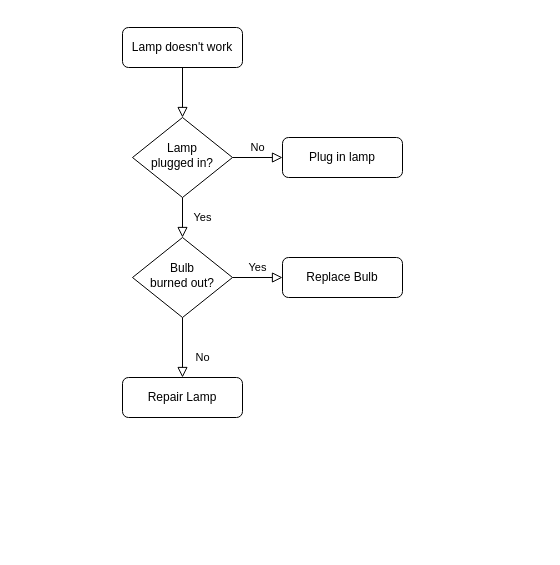
Earlier version of the draw.io diagram Untitled Diagram.drawio (philinyouin/philinyouin). Source tidied: cells renumbered, new cells numbered last; positions are measured from the earlier drawing's top-left corner, leaving out a move shared by most shapes. Both pictures are drawn from the tidied source at 100%, with x=0, y=0 at pixel (122, 27).
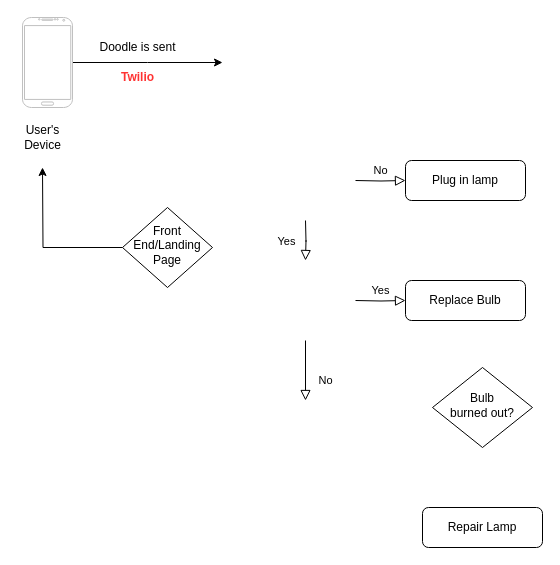
The same page after the edit.

Commit message:
Rescue Doodles Arch.drawio

What changed in the source:
```diff
@@
-    <mxCell id="2" style="rounded=0;html=1;jettySize=auto;fontSize=11;endArrow=block;endFill=0;endSize=8;strokeWidth=1;shadow=0;labelBackgroundColor=none;edgeStyle=orthogonalEdgeStyle;" parent="1" edge="1" source="3" target="6">
-      <mxGeometry relative="1" as="geometry" />
-    </mxCell>
-    <mxCell id="3" value="Lamp doesn't work" style="rounded=1;whiteSpace=wrap;html=1;fontSize=12;glass=0;strokeWidth=1;shadow=0;" parent="1" vertex="1">
-      <mxGeometry width="120" height="40" as="geometry" />
-    </mxCell>
-    <mxCell id="4" value="Yes" style="rounded=0;html=1;jettySize=auto;fontSize=11;endArrow=block;endFill=0;endSize=8;strokeWidth=1;shadow=0;labelBackgroundColor=none;edgeStyle=orthogonalEdgeStyle;" parent="1" edge="1" source="6" target="10">
-      <mxGeometry y="20" relative="1" as="geometry" />
+    <mxCell id="4" value="Yes" style="rounded=0;html=1;jettySize=auto;orthogonalLoop=1;fontSize=11;endArrow=block;endFill=0;endSize=8;strokeWidth=1;shadow=0;labelBackgroundColor=none;edgeStyle=orthogonalEdgeStyle;" parent="1" edge="1">
+      <mxGeometry y="20" relative="1" as="geometry">
+        <mxPoint x="183" y="193" as="sourcePoint" />
+        <mxPoint x="183" y="233" as="targetPoint" />
+      </mxGeometry>
     </mxCell>
-    <mxCell id="5" value="No" style="edgeStyle=orthogonalEdgeStyle;rounded=0;html=1;jettySize=auto;fontSize=11;endArrow=block;endFill=0;endSize=8;strokeWidth=1;shadow=0;labelBackgroundColor=none;" parent="1" edge="1" source="6" target="7">
-      <mxGeometry y="10" relative="1" as="geometry" />
+    <mxCell id="5" value="No" style="edgeStyle=orthogonalEdgeStyle;rounded=0;html=1;jettySize=auto;fontSize=11;endArrow=block;endFill=0;endSize=8;strokeWidth=1;shadow=0;labelBackgroundColor=none;" parent="1" edge="1" target="7">
+      <mxGeometry y="10" relative="1" as="geometry">
+        <mxPoint x="233" y="153" as="sourcePoint" />
+      </mxGeometry>
     </mxCell>
+    <mxCell id="13" style="edgeStyle=orthogonalEdgeStyle;rounded=0;jettySize=auto;html=1;" parent="1" edge="1" source="6">
+      <mxGeometry relative="1" as="geometry">
+        <mxPoint x="-80" y="140" as="targetPoint" />
+      </mxGeometry>
+    </mxCell>
-    <mxCell id="6" value="Lamp&lt;br&gt;plugged in?" style="rhombus;whiteSpace=wrap;html=1;shadow=0;fontFamily=Helvetica;fontSize=12;align=center;strokeWidth=1;spacing=6;spacingTop=-4;" parent="1" vertex="1">
-      <mxGeometry x="10" y="90" width="100" height="80" as="geometry" />
+    <mxCell id="6" value="Front&lt;br&gt;End/Landing&lt;br&gt;Page" style="rhombus;whiteSpace=wrap;html=1;shadow=0;fontFamily=Helvetica;fontSize=12;align=center;strokeWidth=1;spacing=6;spacingTop=-4;" parent="1" vertex="1">
+      <mxGeometry y="180" width="90" height="80" as="geometry" />
     </mxCell>
     <mxCell id="7" value="Plug in lamp" style="rounded=1;whiteSpace=wrap;html=1;fontSize=12;glass=0;strokeWidth=1;shadow=0;" parent="1" vertex="1">
-      <mxGeometry x="160" y="110" width="120" height="40" as="geometry" />
+      <mxGeometry x="283" y="133" width="120" height="40" as="geometry" />
     </mxCell>
-    <mxCell id="8" value="No" style="rounded=0;html=1;jettySize=auto;fontSize=11;endArrow=block;endFill=0;endSize=8;strokeWidth=1;shadow=0;labelBackgroundColor=none;edgeStyle=orthogonalEdgeStyle;" parent="1" edge="1" source="10" target="11">
-      <mxGeometry x="0.33" y="20" relative="1" as="geometry" />
+    <mxCell id="8" value="No" style="rounded=0;html=1;jettySize=auto;orthogonalLoop=1;fontSize=11;endArrow=block;endFill=0;endSize=8;strokeWidth=1;shadow=0;labelBackgroundColor=none;edgeStyle=orthogonalEdgeStyle;" parent="1" edge="1">
+      <mxGeometry x="0.33" y="20" relative="1" as="geometry">
+        <mxPoint x="183" y="313" as="sourcePoint" />
+        <mxPoint x="183" y="373" as="targetPoint" />
+      </mxGeometry>
     </mxCell>
-    <mxCell id="9" value="Yes" style="edgeStyle=orthogonalEdgeStyle;rounded=0;html=1;jettySize=auto;fontSize=11;endArrow=block;endFill=0;endSize=8;strokeWidth=1;shadow=0;labelBackgroundColor=none;" parent="1" edge="1" source="10" target="12">
-      <mxGeometry y="10" relative="1" as="geometry" />
+    <mxCell id="9" value="Yes" style="edgeStyle=orthogonalEdgeStyle;rounded=0;html=1;jettySize=auto;fontSize=11;endArrow=block;endFill=0;endSize=8;strokeWidth=1;shadow=0;labelBackgroundColor=none;" parent="1" edge="1" target="12">
+      <mxGeometry y="10" relative="1" as="geometry">
+        <mxPoint x="233" y="273" as="sourcePoint" />
+      </mxGeometry>
     </mxCell>
     <mxCell id="10" value="Bulb&lt;br&gt;burned out?" style="rhombus;whiteSpace=wrap;html=1;shadow=0;fontFamily=Helvetica;fontSize=12;align=center;strokeWidth=1;spacing=6;spacingTop=-4;" parent="1" vertex="1">
-      <mxGeometry x="10" y="210" width="100" height="80" as="geometry" />
+      <mxGeometry x="310" y="340" width="100" height="80" as="geometry" />
     </mxCell>
     <mxCell id="11" value="Repair Lamp" style="rounded=1;whiteSpace=wrap;html=1;fontSize=12;glass=0;strokeWidth=1;shadow=0;" parent="1" vertex="1">
-      <mxGeometry y="350" width="120" height="40" as="geometry" />
+      <mxGeometry x="300" y="480" width="120" height="40" as="geometry" />
     </mxCell>
     <mxCell id="12" value="Replace Bulb" style="rounded=1;whiteSpace=wrap;html=1;fontSize=12;glass=0;strokeWidth=1;shadow=0;" parent="1" vertex="1">
-      <mxGeometry x="160" y="230" width="120" height="40" as="geometry" />
+      <mxGeometry x="283" y="253" width="120" height="40" as="geometry" />
     </mxCell>
+    <mxCell id="14" style="edgeStyle=orthogonalEdgeStyle;rounded=0;jettySize=auto;html=1;" parent="1" edge="1" source="15">
+      <mxGeometry relative="1" as="geometry">
+        <mxPoint x="100" y="35" as="targetPoint" />
+      </mxGeometry>
+    </mxCell>
+    <mxCell id="15" style="verticalLabelPosition=bottom;verticalAlign=top;html=1;shadow=0;dashed=0;strokeWidth=1;shape=mxgraph.android.phone2;strokeColor=#c0c0c0;" parent="1" vertex="1">
+      <mxGeometry x="-100" y="-10" width="50" height="90" as="geometry" />
+    </mxCell>
+    <mxCell id="16" value="User's&lt;br&gt;Device" style="text;html=1;align=center;verticalAlign=middle;" parent="1" vertex="1">
+      <mxGeometry x="-105" y="95" width="50" height="30" as="geometry" />
+    </mxCell>
+    <mxCell id="17" value="Doodle is sent" style="text;html=1;align=center;verticalAlign=middle;" parent="1" vertex="1">
+      <mxGeometry x="-30" y="10" width="90" height="20" as="geometry" />
+    </mxCell>
+    <mxCell id="18" value="&lt;b&gt;&lt;font color=&quot;#ff3333&quot;&gt;Twilio&lt;/font&gt;&lt;/b&gt;" style="text;html=1;align=center;verticalAlign=middle;" parent="1" vertex="1">
+      <mxGeometry x="-10" y="40" width="50" height="20" as="geometry" />
+    </mxCell>
```
